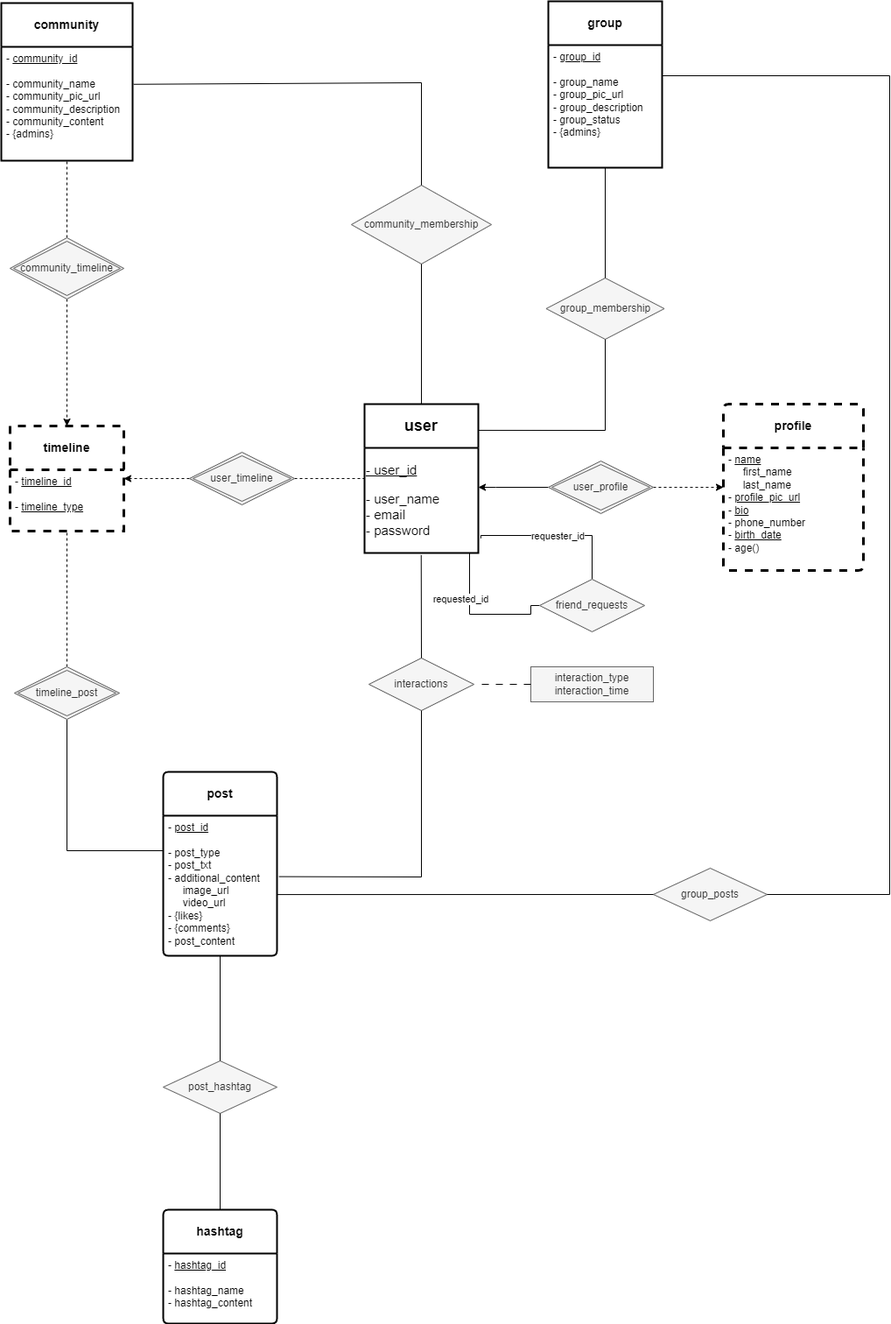
rezaAalaei/yu-gi-oh_messenger keeps this draw.io diagram as new_messenger_project.drawio.png. Above is the earlier version. Source tidied: cells renumbered, new cells last; positions are measured from the earlier drawing's top-left corner, leaving out a move shared by most shapes. The source it was exported from:
```xml
<mxGraphModel background="#FFFFFF">
  <root>
    <mxCell id="0" />
    <mxCell id="1" parent="0" />
    <mxCell id="2" value="&lt;b&gt;user&lt;/b&gt;" style="swimlane;horizontal=1;startSize=50;rounded=0;fontSize=18;fontStyle=0;strokeWidth=2;shadow=0;dashed=0;align=center;arcSize=4;whiteSpace=wrap;html=1;" parent="1" vertex="1">
      <mxGeometry x="415" y="460" width="130" height="170" as="geometry" />
    </mxCell>
    <mxCell id="3" value="&lt;div style=&quot;&quot;&gt;&lt;u style=&quot;font-size: 15px; background-color: initial;&quot;&gt;- user_id&lt;/u&gt;&lt;/div&gt;&lt;div style=&quot;&quot;&gt;&lt;br&gt;&lt;/div&gt;&lt;font style=&quot;font-size: 15px;&quot;&gt;&lt;div style=&quot;&quot;&gt;&lt;span style=&quot;background-color: initial;&quot;&gt;- user_name&lt;/span&gt;&lt;/div&gt;&lt;div style=&quot;&quot;&gt;&lt;span style=&quot;background-color: initial;&quot;&gt;- email&lt;/span&gt;&lt;/div&gt;&lt;div style=&quot;&quot;&gt;&lt;span style=&quot;background-color: initial;&quot;&gt;- password&lt;/span&gt;&lt;/div&gt;&lt;/font&gt;" style="text;html=1;align=left;verticalAlign=middle;points=[];strokeColor=none;fillColor=none;" parent="2" vertex="1">
      <mxGeometry y="50" width="130" height="120" as="geometry" />
    </mxCell>
    <mxCell id="4" value="&lt;b&gt;profile&lt;/b&gt;" style="swimlane;horizontal=1;startSize=50;rounded=1;fontSize=14;fontStyle=0;strokeWidth=3;shadow=0;dashed=1;align=center;arcSize=4;whiteSpace=wrap;html=1;" parent="1" vertex="1">
      <mxGeometry x="825" y="460" width="160" height="190" as="geometry" />
    </mxCell>
    <mxCell id="5" value="- &lt;u&gt;name&lt;/u&gt;&lt;br&gt;&amp;nbsp; &amp;nbsp; &amp;nbsp;first_name&lt;br&gt;&amp;nbsp; &amp;nbsp; &amp;nbsp;last_name&lt;br&gt;- &lt;u&gt;profile_pic_url&lt;/u&gt;&lt;br&gt;- &lt;u&gt;bio&lt;/u&gt;&lt;br&gt;- phone_number&lt;br&gt;- &lt;u&gt;birth_date&lt;/u&gt;&lt;br&gt;- age()" style="align=left;strokeColor=none;fillColor=none;spacingLeft=4;fontSize=12;verticalAlign=top;html=1;" parent="4" vertex="1">
      <mxGeometry y="50" width="160" height="140" as="geometry" />
    </mxCell>
    <mxCell id="6" style="edgeStyle=orthogonalEdgeStyle;rounded=0;jettySize=auto;html=1;endArrow=none;endFill=0;exitX=0;exitY=0.5;exitDx=0;exitDy=0;entryX=0.289;entryY=1;entryDx=0;entryDy=0;entryPerimeter=0;" parent="1" edge="1" source="10" target="3">
      <mxGeometry relative="1" as="geometry">
        <Array as="points">
          <mxPoint x="605" y="690" />
          <mxPoint x="605" y="700" />
          <mxPoint x="535" y="700" />
          <mxPoint x="535" y="630" />
        </Array>
      </mxGeometry>
    </mxCell>
    <mxCell id="7" value="requested_id" style="edgeLabel;html=1;align=center;verticalAlign=middle;" parent="6" vertex="1">
      <mxGeometry x="-0.13" relative="1" as="geometry">
        <mxPoint x="-11" y="-2" as="offset" />
      </mxGeometry>
    </mxCell>
    <mxCell id="8" style="edgeStyle=orthogonalEdgeStyle;rounded=0;jettySize=auto;html=1;endArrow=none;endFill=0;exitX=0.5;exitY=0;exitDx=0;exitDy=0;entryX=1.022;entryY=0.86;entryDx=0;entryDy=0;entryPerimeter=0;" parent="1" edge="1" source="10" target="3">
      <mxGeometry relative="1" as="geometry">
        <Array as="points">
          <mxPoint x="675" y="610" />
          <mxPoint x="548" y="610" />
        </Array>
      </mxGeometry>
    </mxCell>
    <mxCell id="9" value="requester_id" style="edgeLabel;html=1;align=center;verticalAlign=middle;" parent="8" vertex="1">
      <mxGeometry x="-0.31" y="2" relative="1" as="geometry">
        <mxPoint x="-28" y="-2" as="offset" />
      </mxGeometry>
    </mxCell>
    <mxCell id="10" value="friend_requests" style="shape=rhombus;perimeter=rhombusPerimeter;whiteSpace=wrap;html=1;align=center;fillColor=#f5f5f5;strokeColor=#666666;fontColor=#333333;" parent="1" vertex="1">
      <mxGeometry x="615" y="660" width="120" height="60" as="geometry" />
    </mxCell>
    <mxCell id="11" value="&lt;b&gt;post&lt;/b&gt;" style="swimlane;horizontal=1;startSize=50;rounded=1;fontSize=14;fontStyle=0;strokeWidth=2;shadow=0;dashed=0;align=center;arcSize=4;whiteSpace=wrap;html=1;" parent="1" vertex="1">
      <mxGeometry x="185" y="880" width="130" height="210" as="geometry" />
    </mxCell>
    <mxCell id="12" value="- &lt;u&gt;post_id&lt;br&gt;&lt;/u&gt;&lt;br&gt;- post_type&lt;br&gt;- post_txt&lt;br&gt;- additional_content&lt;br&gt;&amp;nbsp; &amp;nbsp; &amp;nbsp;image_url&lt;br&gt;&amp;nbsp; &amp;nbsp; &amp;nbsp;video_url&lt;br&gt;- {likes}&lt;br&gt;- {comments}&lt;br&gt;- post_content" style="align=left;strokeColor=none;fillColor=none;spacingLeft=4;fontSize=12;verticalAlign=top;html=1;" parent="11" vertex="1">
      <mxGeometry y="50" width="130" height="160" as="geometry" />
    </mxCell>
    <mxCell id="13" style="edgeStyle=orthogonalEdgeStyle;rounded=0;jettySize=auto;html=1;dashed=1;" parent="1" edge="1" source="15" target="5">
      <mxGeometry relative="1" as="geometry">
        <Array as="points">
          <mxPoint x="805" y="555" />
          <mxPoint x="805" y="555" />
        </Array>
      </mxGeometry>
    </mxCell>
    <mxCell id="14" style="edgeStyle=orthogonalEdgeStyle;rounded=0;jettySize=auto;html=1;" parent="1" edge="1" source="15" target="3">
      <mxGeometry relative="1" as="geometry">
        <Array as="points">
          <mxPoint x="565" y="555" />
          <mxPoint x="565" y="555" />
        </Array>
      </mxGeometry>
    </mxCell>
    <mxCell id="15" value="user_profile" style="shape=rhombus;double=1;perimeter=rhombusPerimeter;whiteSpace=wrap;html=1;align=center;fillColor=#f5f5f5;fontColor=#333333;strokeColor=#666666;" parent="1" vertex="1">
      <mxGeometry x="625" y="525" width="120" height="60" as="geometry" />
    </mxCell>
    <mxCell id="16" value="interactions" style="shape=rhombus;perimeter=rhombusPerimeter;whiteSpace=wrap;html=1;align=center;fillColor=#f5f5f5;strokeColor=#666666;fontColor=#333333;" parent="1" vertex="1">
      <mxGeometry x="420" y="750" width="120" height="60" as="geometry" />
    </mxCell>
    <mxCell id="17" style="endArrow=none;html=1;rounded=0;exitX=0.5;exitY=0;exitDx=0;exitDy=0;entryX=0.498;entryY=1.02;entryDx=0;entryDy=0;entryPerimeter=0;" parent="1" edge="1" source="16" target="3">
      <mxGeometry relative="1" as="geometry" />
    </mxCell>
    <mxCell id="18" style="endArrow=none;html=1;rounded=0;exitX=0.5;exitY=1;exitDx=0;exitDy=0;entryX=1.018;entryY=0.435;entryDx=0;entryDy=0;entryPerimeter=0;" parent="1" edge="1" source="16" target="12">
      <mxGeometry relative="1" as="geometry">
        <Array as="points">
          <mxPoint x="480" y="1000" />
        </Array>
      </mxGeometry>
    </mxCell>
    <mxCell id="19" value="interaction_type&lt;br&gt;interaction_time" style="whiteSpace=wrap;html=1;align=center;fillColor=#f5f5f5;strokeColor=#666666;fontColor=#333333;" parent="1" vertex="1">
      <mxGeometry x="605" y="760" width="140" height="40" as="geometry" />
    </mxCell>
    <mxCell id="20" style="endArrow=none;html=1;rounded=0;startArrow=none;startFill=0;dashed=1;dashPattern=8 8;" parent="1" edge="1">
      <mxGeometry relative="1" as="geometry">
        <mxPoint x="605" y="780" as="sourcePoint" />
        <mxPoint x="545" y="780" as="targetPoint" />
      </mxGeometry>
    </mxCell>
    <mxCell id="21" value="&lt;b&gt;hashtag&lt;/b&gt;" style="swimlane;horizontal=1;startSize=50;rounded=1;fontSize=14;fontStyle=0;strokeWidth=2;shadow=0;dashed=0;align=center;arcSize=4;whiteSpace=wrap;html=1;" parent="1" vertex="1">
      <mxGeometry x="185" y="1380" width="130" height="130" as="geometry" />
    </mxCell>
    <mxCell id="22" value="- &lt;u&gt;hashtag_id&lt;/u&gt;&lt;br&gt;&lt;br&gt;- hashtag_name&lt;br&gt;- hashtag_content" style="align=left;strokeColor=none;fillColor=none;spacingLeft=4;fontSize=12;verticalAlign=top;html=1;" parent="21" vertex="1">
      <mxGeometry y="50" width="130" height="80" as="geometry" />
    </mxCell>
    <mxCell id="23" value="post_hashtag" style="shape=rhombus;perimeter=rhombusPerimeter;whiteSpace=wrap;html=1;align=center;fillColor=#f5f5f5;strokeColor=#666666;fontColor=#333333;" parent="1" vertex="1">
      <mxGeometry x="185" y="1210" width="130" height="60" as="geometry" />
    </mxCell>
    <mxCell id="24" style="endArrow=none;html=1;rounded=0;exitX=0.5;exitY=1;exitDx=0;exitDy=0;entryX=0.5;entryY=0;entryDx=0;entryDy=0;" parent="1" edge="1" source="12" target="23">
      <mxGeometry relative="1" as="geometry" />
    </mxCell>
    <mxCell id="25" style="endArrow=none;html=1;rounded=0;exitX=0.5;exitY=1;exitDx=0;exitDy=0;entryX=0.5;entryY=0;entryDx=0;entryDy=0;" parent="1" edge="1" source="23" target="21">
      <mxGeometry relative="1" as="geometry" />
    </mxCell>
    <mxCell id="26" value="&lt;b&gt;group&lt;/b&gt;" style="swimlane;horizontal=1;startSize=50;rounded=1;fontSize=14;fontStyle=0;strokeWidth=2;shadow=0;dashed=0;align=center;arcSize=0;whiteSpace=wrap;html=1;" parent="1" vertex="1">
      <mxGeometry x="625" width="130" height="190" as="geometry" />
    </mxCell>
    <mxCell id="27" value="- &lt;u&gt;group_id&lt;br&gt;&lt;/u&gt;&lt;br&gt;- group_name&lt;br&gt;- group_pic_url&lt;br&gt;- group_description&lt;br&gt;- group_status&lt;br&gt;- {admins}" style="align=left;strokeColor=none;fillColor=none;spacingLeft=4;fontSize=12;verticalAlign=top;html=1;" parent="26" vertex="1">
      <mxGeometry y="50" width="130" height="140" as="geometry" />
    </mxCell>
    <mxCell id="28" value="group_membership" style="shape=rhombus;perimeter=rhombusPerimeter;whiteSpace=wrap;html=1;align=center;fillColor=#f5f5f5;strokeColor=#666666;fontColor=#333333;" parent="1" vertex="1">
      <mxGeometry x="622.5" y="316" width="135" height="70" as="geometry" />
    </mxCell>
    <mxCell id="29" style="endArrow=none;html=1;rounded=0;entryX=0.5;entryY=1;entryDx=0;entryDy=0;exitX=0.5;exitY=0;exitDx=0;exitDy=0;" parent="1" edge="1" source="28" target="27">
      <mxGeometry relative="1" as="geometry" />
    </mxCell>
    <mxCell id="30" style="endArrow=none;html=1;rounded=0;exitX=1;exitY=0.176;exitDx=0;exitDy=0;entryX=0.5;entryY=1;entryDx=0;entryDy=0;exitPerimeter=0;" parent="1" edge="1" source="2" target="28">
      <mxGeometry relative="1" as="geometry">
        <Array as="points">
          <mxPoint x="690" y="490" />
        </Array>
      </mxGeometry>
    </mxCell>
    <mxCell id="31" value="&lt;b&gt;community&lt;/b&gt;" style="swimlane;horizontal=1;startSize=50;rounded=1;fontSize=14;fontStyle=0;strokeWidth=2;shadow=0;dashed=0;align=center;arcSize=0;whiteSpace=wrap;html=1;swimlaneLine=1;" parent="1" vertex="1">
      <mxGeometry y="2" width="150" height="180" as="geometry" />
    </mxCell>
    <mxCell id="32" value="- &lt;u&gt;community_id&lt;br&gt;&lt;/u&gt;&lt;br&gt;- community_name&lt;br&gt;- community_pic_url&lt;br&gt;- community_description&lt;br&gt;- community_content&lt;br&gt;- {admins}" style="align=left;strokeColor=none;fillColor=none;spacingLeft=4;fontSize=12;verticalAlign=top;html=1;" parent="31" vertex="1">
      <mxGeometry y="50" width="150" height="130" as="geometry" />
    </mxCell>
    <mxCell id="33" value="community_membership" style="shape=rhombus;perimeter=rhombusPerimeter;whiteSpace=wrap;html=1;align=center;fillColor=#f5f5f5;strokeColor=#666666;fontColor=#333333;" parent="1" vertex="1">
      <mxGeometry x="400" y="210" width="160" height="90" as="geometry" />
    </mxCell>
    <mxCell id="34" style="endArrow=none;html=1;rounded=0;entryX=0.5;entryY=0;entryDx=0;entryDy=0;exitX=0.5;exitY=1;exitDx=0;exitDy=0;" parent="1" edge="1" source="33" target="2">
      <mxGeometry relative="1" as="geometry" />
    </mxCell>
    <mxCell id="35" style="endArrow=none;html=1;rounded=0;exitX=1.008;exitY=0.329;exitDx=0;exitDy=0;exitPerimeter=0;entryX=0.5;entryY=0;entryDx=0;entryDy=0;" parent="1" edge="1" source="32" target="33">
      <mxGeometry relative="1" as="geometry">
        <Array as="points">
          <mxPoint x="480" y="93" />
        </Array>
      </mxGeometry>
    </mxCell>
    <mxCell id="36" value="&lt;b&gt;timeline&lt;/b&gt;" style="swimlane;horizontal=1;startSize=50;rounded=1;fontSize=14;fontStyle=0;strokeWidth=3;shadow=0;align=center;arcSize=0;whiteSpace=wrap;html=1;dashed=1;" parent="1" vertex="1">
      <mxGeometry x="10" y="485" width="130" height="120" as="geometry" />
    </mxCell>
    <mxCell id="37" value="- &lt;u&gt;timeline_id&lt;br&gt;&lt;/u&gt;&lt;br&gt;- &lt;u&gt;timeline_type&lt;/u&gt;" style="align=left;strokeColor=none;fillColor=none;spacingLeft=4;fontSize=12;verticalAlign=top;html=1;" parent="36" vertex="1">
      <mxGeometry y="50" width="130" height="70" as="geometry" />
    </mxCell>
    <mxCell id="38" style="endArrow=none;html=1;rounded=0;exitX=0.5;exitY=0;exitDx=0;exitDy=0;entryX=0.5;entryY=1;entryDx=0;entryDy=0;dashed=1;" parent="1" edge="1" source="46" target="37">
      <mxGeometry relative="1" as="geometry" />
    </mxCell>
    <mxCell id="39" style="endArrow=none;html=1;rounded=0;exitX=0.5;exitY=1;exitDx=0;exitDy=0;entryX=0;entryY=0.25;entryDx=0;entryDy=0;" parent="1" edge="1" source="46" target="12">
      <mxGeometry relative="1" as="geometry">
        <Array as="points">
          <mxPoint x="75" y="970" />
        </Array>
      </mxGeometry>
    </mxCell>
    <mxCell id="40" style="edgeStyle=orthogonalEdgeStyle;rounded=0;jettySize=auto;html=1;entryX=0.5;entryY=0;entryDx=0;entryDy=0;exitX=0.5;exitY=1;exitDx=0;exitDy=0;dashed=1;" parent="1" edge="1" source="45" target="36">
      <mxGeometry relative="1" as="geometry" />
    </mxCell>
    <mxCell id="41" style="edgeStyle=orthogonalEdgeStyle;rounded=0;jettySize=auto;html=1;exitX=0;exitY=0.5;exitDx=0;exitDy=0;dashed=1;" parent="1" edge="1" source="44" target="37">
      <mxGeometry relative="1" as="geometry">
        <Array as="points">
          <mxPoint x="165" y="545" />
          <mxPoint x="165" y="545" />
        </Array>
      </mxGeometry>
    </mxCell>
    <mxCell id="42" style="endArrow=none;html=1;rounded=0;entryX=0;entryY=0.5;entryDx=0;entryDy=0;exitX=1;exitY=0.5;exitDx=0;exitDy=0;dashed=1;" parent="1" edge="1" source="44" target="2">
      <mxGeometry relative="1" as="geometry" />
    </mxCell>
    <mxCell id="43" style="endArrow=none;html=1;rounded=0;entryX=0.5;entryY=1;entryDx=0;entryDy=0;exitX=0.5;exitY=0;exitDx=0;exitDy=0;dashed=1;" parent="1" edge="1" source="45" target="32">
      <mxGeometry relative="1" as="geometry" />
    </mxCell>
    <mxCell id="44" value="user_timeline" style="shape=rhombus;double=1;perimeter=rhombusPerimeter;whiteSpace=wrap;html=1;align=center;fillColor=#f5f5f5;fontColor=#333333;strokeColor=#666666;" parent="1" vertex="1">
      <mxGeometry x="215" y="515" width="120" height="60" as="geometry" />
    </mxCell>
    <mxCell id="45" value="community_timeline" style="shape=rhombus;double=1;perimeter=rhombusPerimeter;whiteSpace=wrap;html=1;align=center;fillColor=#f5f5f5;fontColor=#333333;strokeColor=#666666;" parent="1" vertex="1">
      <mxGeometry x="10" y="270" width="130" height="70" as="geometry" />
    </mxCell>
    <mxCell id="46" value="timeline_post" style="shape=rhombus;double=1;perimeter=rhombusPerimeter;whiteSpace=wrap;html=1;align=center;fillColor=#f5f5f5;fontColor=#333333;strokeColor=#666666;" parent="1" vertex="1">
      <mxGeometry x="15" y="760" width="120" height="60" as="geometry" />
    </mxCell>
    <mxCell id="47" value="group_posts" style="shape=rhombus;perimeter=rhombusPerimeter;whiteSpace=wrap;html=1;align=center;fillColor=#f5f5f5;strokeColor=#666666;fontColor=#333333;" parent="1" vertex="1">
      <mxGeometry x="745" y="990" width="130" height="60" as="geometry" />
    </mxCell>
    <mxCell id="48" style="endArrow=none;html=1;rounded=0;entryX=0;entryY=0.5;entryDx=0;entryDy=0;exitX=1;exitY=0.563;exitDx=0;exitDy=0;exitPerimeter=0;" parent="1" edge="1" source="12" target="47">
      <mxGeometry relative="1" as="geometry" />
    </mxCell>
    <mxCell id="49" style="endArrow=none;html=1;rounded=0;exitX=1;exitY=0.5;exitDx=0;exitDy=0;entryX=1;entryY=0.25;entryDx=0;entryDy=0;" parent="1" edge="1" source="47" target="27">
      <mxGeometry relative="1" as="geometry">
        <Array as="points">
          <mxPoint x="1015" y="1020" />
          <mxPoint x="1015" y="85" />
        </Array>
      </mxGeometry>
    </mxCell>
  </root>
</mxGraphModel>
```
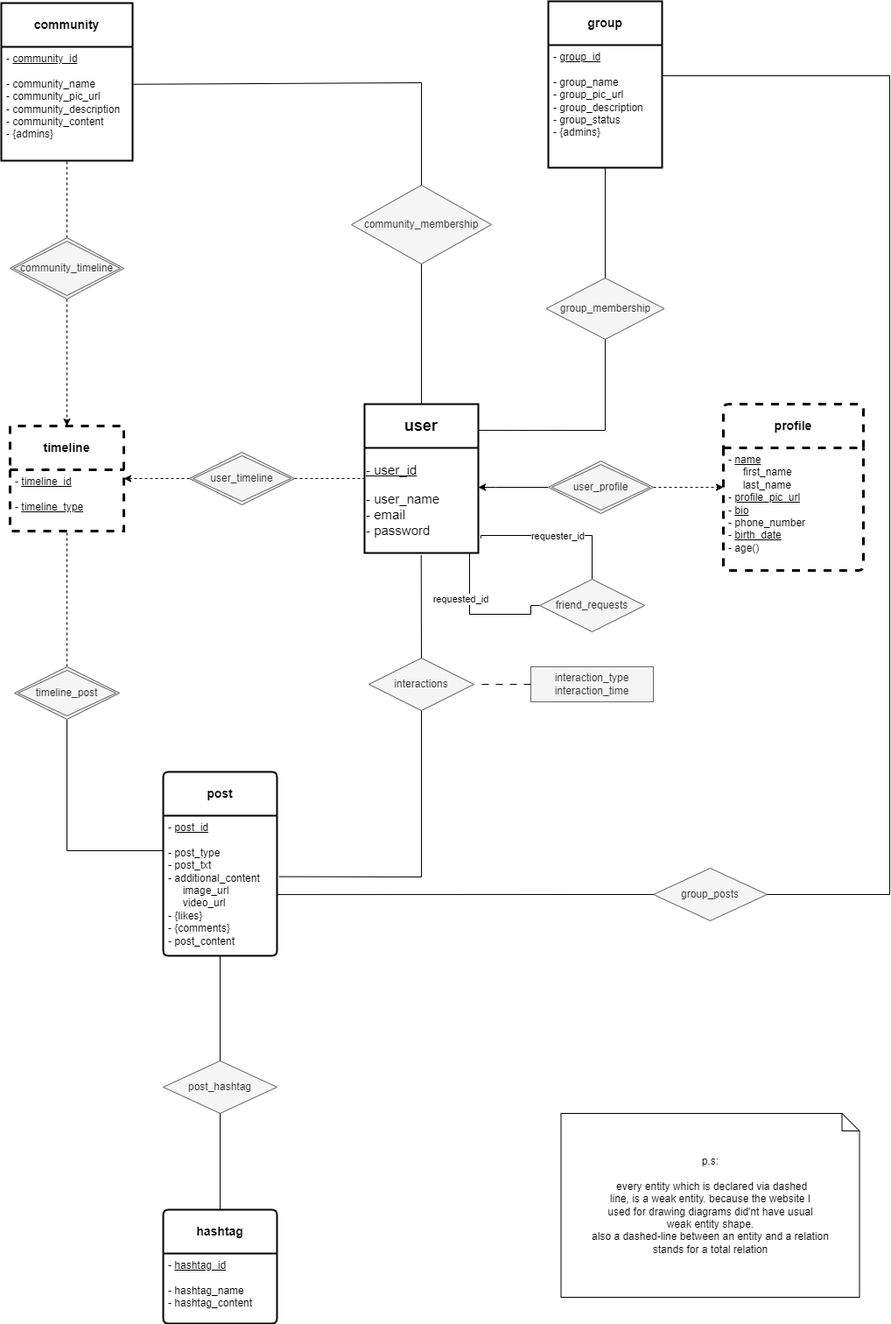
Above is the later version.

The edit, as a diff of the source:
```diff
@@ -201,5 +201,8 @@
         </Array>
       </mxGeometry>
     </mxCell>
+    <mxCell id="50" value="&lt;div&gt;p.s:&lt;br&gt;&lt;br&gt;&amp;nbsp;every entity which is declared via dashed&lt;/div&gt;&lt;div&gt;line, is a weak entity. because the website I&lt;/div&gt;&lt;div&gt;used for drawing diagrams did'nt have usual&lt;/div&gt;&lt;div&gt;weak entity shape.&lt;/div&gt;&lt;div&gt;also a dashed-line between an entity and a relation&lt;/div&gt;&lt;div&gt;stands for a total relation&lt;/div&gt;" style="shape=note;size=20;whiteSpace=wrap;html=1;" parent="1" vertex="1">
+      <mxGeometry x="639.5" y="1270" width="341" height="210" as="geometry" />
+    </mxCell>
   </root>
 </mxGraphModel>
```
